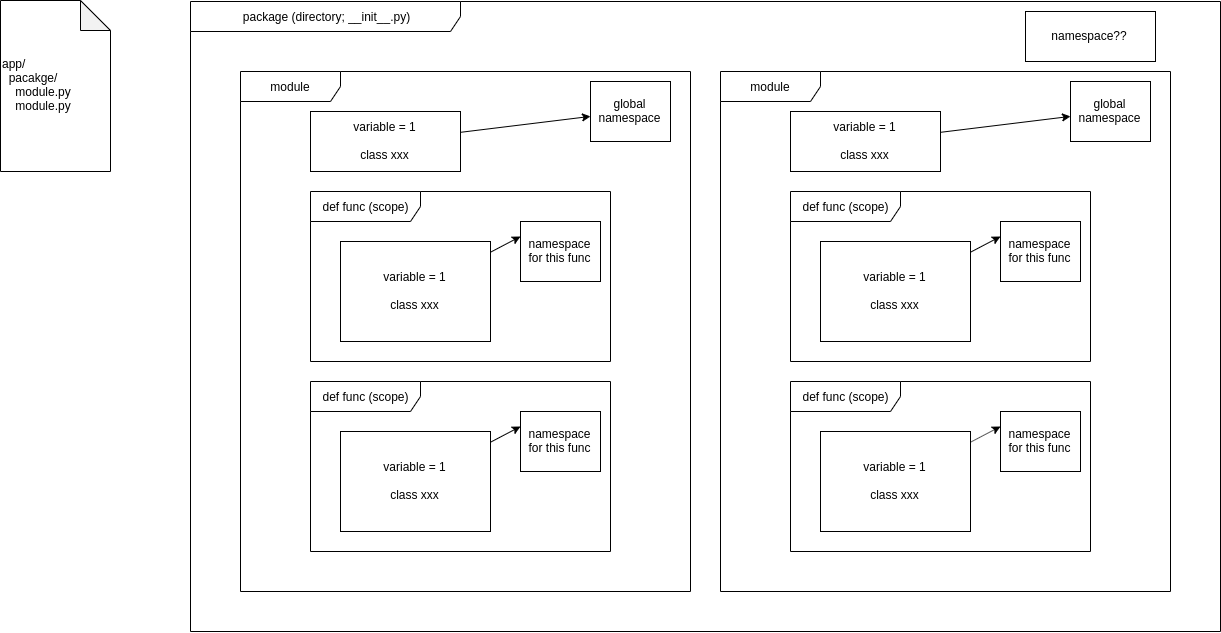
This is Module_System_Overview.PNG from stsiwo/python_concept, a draw.io export, as it was before one commit. Source tidied: cells renumbered, new cells last; positions are measured from the earlier drawing's top-left corner, leaving out a move shared by most shapes. Its diagram source:
```xml
<mxGraphModel>
  <root>
    <mxCell id="0" />
    <mxCell id="1" parent="0" />
    <mxCell id="2" value="package (directory; __init__.py)" style="shape=umlFrame;whiteSpace=wrap;html=1;width=270;height=30;" parent="1" vertex="1">
      <mxGeometry x="190" y="1" width="1030" height="630" as="geometry" />
    </mxCell>
    <mxCell id="3" value="module" style="shape=umlFrame;whiteSpace=wrap;html=1;width=100;height=30;" parent="1" vertex="1">
      <mxGeometry x="720" y="71" width="450" height="520" as="geometry" />
    </mxCell>
    <mxCell id="4" value="def func (scope)" style="shape=umlFrame;whiteSpace=wrap;html=1;width=110;height=30;" parent="1" vertex="1">
      <mxGeometry x="790" y="191" width="300" height="170" as="geometry" />
    </mxCell>
    <mxCell id="5" value="namespace&lt;br&gt;for this func" style="rounded=0;whiteSpace=wrap;html=1;" parent="1" vertex="1">
      <mxGeometry x="1000" y="221" width="80" height="60" as="geometry" />
    </mxCell>
    <mxCell id="6" style="rounded=0;jettySize=auto;html=1;entryX=0;entryY=0.25;entryDx=0;entryDy=0;" parent="1" edge="1" source="7" target="5">
      <mxGeometry relative="1" as="geometry" />
    </mxCell>
    <mxCell id="7" value="variable = 1&lt;br&gt;&lt;br&gt;class xxx" style="rounded=0;whiteSpace=wrap;html=1;" parent="1" vertex="1">
      <mxGeometry x="820" y="241" width="150" height="100" as="geometry" />
    </mxCell>
    <mxCell id="8" value="def func (scope)" style="shape=umlFrame;whiteSpace=wrap;html=1;width=110;height=30;" parent="1" vertex="1">
      <mxGeometry x="790" y="381" width="300" height="170" as="geometry" />
    </mxCell>
    <mxCell id="9" value="namespace&lt;br&gt;for this func" style="rounded=0;whiteSpace=wrap;html=1;" parent="1" vertex="1">
      <mxGeometry x="1000" y="411" width="80" height="60" as="geometry" />
    </mxCell>
    <mxCell id="10" style="rounded=0;jettySize=auto;html=1;entryX=0;entryY=0.25;entryDx=0;entryDy=0;" parent="1" edge="1" source="11" target="9">
      <mxGeometry relative="1" as="geometry" />
    </mxCell>
    <mxCell id="11" value="variable = 1&lt;br&gt;&lt;br&gt;class xxx" style="rounded=0;whiteSpace=wrap;html=1;" parent="1" vertex="1">
      <mxGeometry x="820" y="431" width="150" height="100" as="geometry" />
    </mxCell>
    <mxCell id="12" value="global namespace" style="rounded=0;whiteSpace=wrap;html=1;" parent="1" vertex="1">
      <mxGeometry x="1070" y="81" width="80" height="60" as="geometry" />
    </mxCell>
    <mxCell id="13" style="edgeStyle=none;rounded=0;jettySize=auto;html=1;" parent="1" edge="1" source="14" target="12">
      <mxGeometry relative="1" as="geometry" />
    </mxCell>
    <mxCell id="14" value="variable = 1&lt;br&gt;&lt;br&gt;class xxx" style="rounded=0;whiteSpace=wrap;html=1;" parent="1" vertex="1">
      <mxGeometry x="790" y="111" width="150" height="60" as="geometry" />
    </mxCell>
    <mxCell id="15" value="module" style="shape=umlFrame;whiteSpace=wrap;html=1;width=100;height=30;" parent="1" vertex="1">
      <mxGeometry x="240" y="71" width="450" height="520" as="geometry" />
    </mxCell>
    <mxCell id="16" value="def func (scope)" style="shape=umlFrame;whiteSpace=wrap;html=1;width=110;height=30;" parent="1" vertex="1">
      <mxGeometry x="310" y="191" width="300" height="170" as="geometry" />
    </mxCell>
    <mxCell id="17" value="namespace&lt;br&gt;for this func" style="rounded=0;whiteSpace=wrap;html=1;" parent="1" vertex="1">
      <mxGeometry x="520" y="221" width="80" height="60" as="geometry" />
    </mxCell>
    <mxCell id="18" style="rounded=0;jettySize=auto;html=1;entryX=0;entryY=0.25;entryDx=0;entryDy=0;" parent="1" edge="1" source="19" target="17">
      <mxGeometry relative="1" as="geometry" />
    </mxCell>
    <mxCell id="19" value="variable = 1&lt;br&gt;&lt;br&gt;class xxx" style="rounded=0;whiteSpace=wrap;html=1;" parent="1" vertex="1">
      <mxGeometry x="340" y="241" width="150" height="100" as="geometry" />
    </mxCell>
    <mxCell id="20" value="def func (scope)" style="shape=umlFrame;whiteSpace=wrap;html=1;width=110;height=30;" parent="1" vertex="1">
      <mxGeometry x="310" y="381" width="300" height="170" as="geometry" />
    </mxCell>
    <mxCell id="21" value="namespace&lt;br&gt;for this func" style="rounded=0;whiteSpace=wrap;html=1;" parent="1" vertex="1">
      <mxGeometry x="520" y="411" width="80" height="60" as="geometry" />
    </mxCell>
    <mxCell id="22" style="rounded=0;jettySize=auto;html=1;entryX=0;entryY=0.25;entryDx=0;entryDy=0;" parent="1" edge="1" source="23" target="21">
      <mxGeometry relative="1" as="geometry" />
    </mxCell>
    <mxCell id="23" value="variable = 1&lt;br&gt;&lt;br&gt;class xxx" style="rounded=0;whiteSpace=wrap;html=1;" parent="1" vertex="1">
      <mxGeometry x="340" y="431" width="150" height="100" as="geometry" />
    </mxCell>
    <mxCell id="24" value="global namespace" style="rounded=0;whiteSpace=wrap;html=1;" parent="1" vertex="1">
      <mxGeometry x="590" y="81" width="80" height="60" as="geometry" />
    </mxCell>
    <mxCell id="25" style="edgeStyle=none;rounded=0;jettySize=auto;html=1;" parent="1" edge="1" source="26" target="24">
      <mxGeometry relative="1" as="geometry" />
    </mxCell>
    <mxCell id="26" value="variable = 1&lt;br&gt;&lt;br&gt;class xxx" style="rounded=0;whiteSpace=wrap;html=1;" parent="1" vertex="1">
      <mxGeometry x="310" y="111" width="150" height="60" as="geometry" />
    </mxCell>
    <mxCell id="27" value="namespace??" style="rounded=0;whiteSpace=wrap;html=1;" parent="1" vertex="1">
      <mxGeometry x="1025" y="11" width="130" height="50" as="geometry" />
    </mxCell>
    <mxCell id="28" value="app/&lt;br&gt;&amp;nbsp; pacakge/&lt;br&gt;&amp;nbsp; &amp;nbsp; module.py&lt;br&gt;&amp;nbsp; &amp;nbsp; module.py" style="shape=note;whiteSpace=wrap;html=1;backgroundOutline=1;darkOpacity=0.05;align=left;" parent="1" vertex="1">
      <mxGeometry width="110" height="171" as="geometry" />
    </mxCell>
  </root>
</mxGraphModel>
```
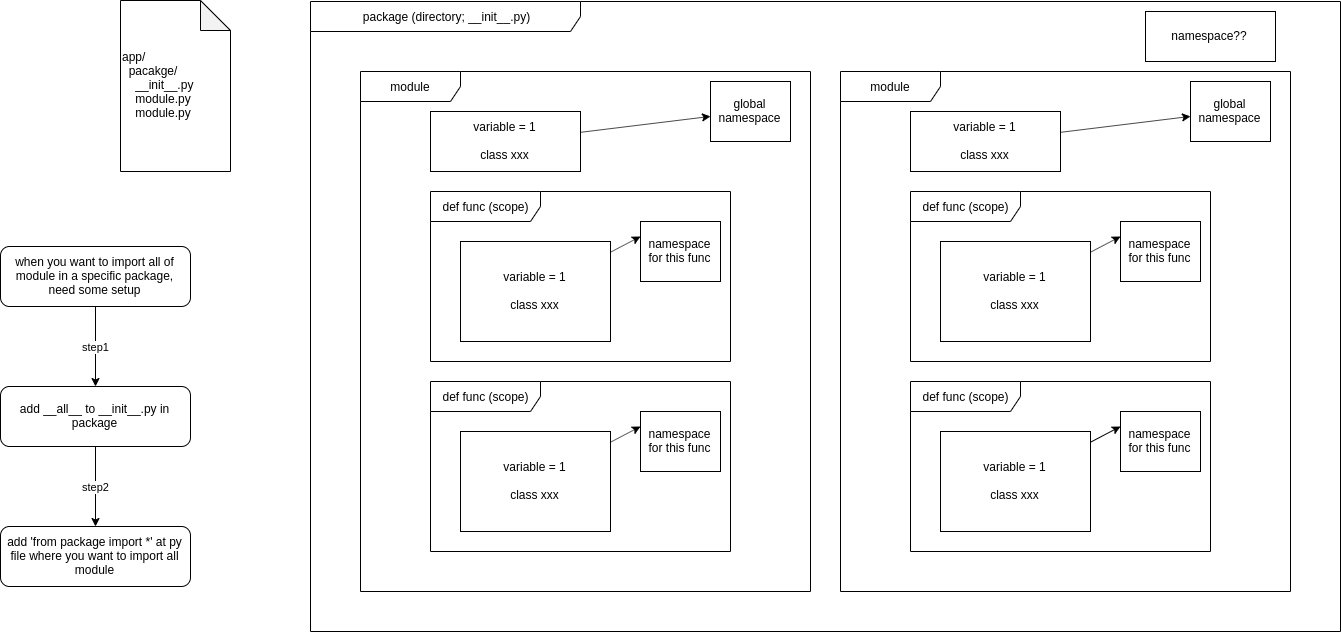
The same diagram one commit later.

Change to the diagram source:
```diff
@@ -80,8 +80,23 @@
     <mxCell id="27" value="namespace??" style="rounded=0;whiteSpace=wrap;html=1;" parent="1" vertex="1">
       <mxGeometry x="1025" y="11" width="130" height="50" as="geometry" />
     </mxCell>
-    <mxCell id="28" value="app/&lt;br&gt;&amp;nbsp; pacakge/&lt;br&gt;&amp;nbsp; &amp;nbsp; module.py&lt;br&gt;&amp;nbsp; &amp;nbsp; module.py" style="shape=note;whiteSpace=wrap;html=1;backgroundOutline=1;darkOpacity=0.05;align=left;" parent="1" vertex="1">
+    <mxCell id="28" value="app/&lt;br&gt;&amp;nbsp; pacakge/&lt;br&gt;&amp;nbsp; &amp;nbsp; __init__.py&lt;br&gt;&amp;nbsp; &amp;nbsp; module.py&lt;br&gt;&amp;nbsp; &amp;nbsp; module.py" style="shape=note;whiteSpace=wrap;html=1;backgroundOutline=1;darkOpacity=0.05;align=left;" parent="1" vertex="1">
       <mxGeometry width="110" height="171" as="geometry" />
     </mxCell>
+    <mxCell id="29" value="step1" style="edgeStyle=none;rounded=0;jettySize=auto;html=1;" parent="1" edge="1" source="30" target="32">
+      <mxGeometry relative="1" as="geometry" />
+    </mxCell>
+    <mxCell id="30" value="when you want to import all of module in a specific package, need some setup" style="rounded=1;whiteSpace=wrap;html=1;" parent="1" vertex="1">
+      <mxGeometry x="-120" y="246" width="190" height="60" as="geometry" />
+    </mxCell>
+    <mxCell id="31" value="step2" style="edgeStyle=none;rounded=0;jettySize=auto;html=1;" parent="1" edge="1" source="32" target="33">
+      <mxGeometry relative="1" as="geometry" />
+    </mxCell>
+    <mxCell id="32" value="add __all__ to __init__.py in package" style="rounded=1;whiteSpace=wrap;html=1;" parent="1" vertex="1">
+      <mxGeometry x="-120" y="386" width="190" height="60" as="geometry" />
+    </mxCell>
+    <mxCell id="33" value="add 'from package import *' at py file where you want to import all module" style="rounded=1;whiteSpace=wrap;html=1;" parent="1" vertex="1">
+      <mxGeometry x="-120" y="526" width="190" height="60" as="geometry" />
+    </mxCell>
   </root>
 </mxGraphModel>
```
